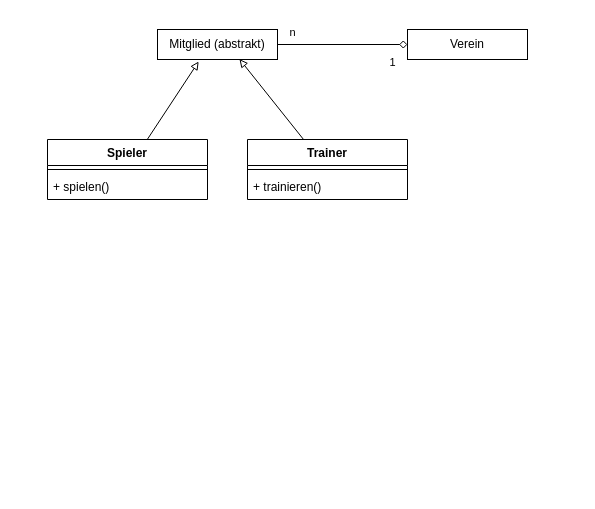
Before: 00Informatik/OIDE_Polymorphie/Klassendiagramm.drawio in Hi2272/Hi2272.github.io, a draw.io diagram. Source tidied: cells renumbered, new cells numbered last; positions are measured from the earlier drawing's top-left corner, leaving out a move shared by most shapes. Both pictures are drawn from the tidied source at 100%, with x=0, y=0 at pixel (47, 17).
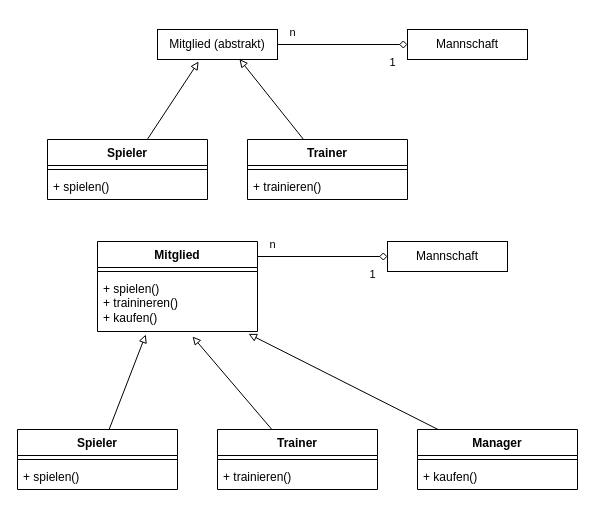
Above is the later version.

Change to the diagram source:
```diff
@@
-    <mxCell id="2" value="Verein" style="rounded=0;whiteSpace=wrap;html=1;" parent="1" vertex="1">
+    <mxCell id="2" value="Mannschaft" style="rounded=0;whiteSpace=wrap;html=1;" parent="1" vertex="1">
       <mxGeometry x="360" y="12" width="120" height="30" as="geometry" />
     </mxCell>
@@
+    <mxCell id="15" value="Mannschaft" style="rounded=0;whiteSpace=wrap;html=1;" parent="1" vertex="1">
+      <mxGeometry x="340" y="224" width="120" height="30" as="geometry" />
+    </mxCell>
+    <mxCell id="16" value="Spieler" style="swimlane;fontStyle=1;align=center;verticalAlign=top;horizontal=1;startSize=26;whiteSpace=wrap;html=1;" parent="1" vertex="1">
+      <mxGeometry x="-30" y="412" width="160" height="60" as="geometry" />
+    </mxCell>
+    <mxCell id="17" style="line;strokeWidth=1;fillColor=none;align=left;verticalAlign=middle;spacingTop=-1;spacingLeft=3;spacingRight=3;labelPosition=right;strokeColor=inherit;" parent="16" vertex="1">
+      <mxGeometry y="26" width="160" height="8" as="geometry" />
+    </mxCell>
+    <mxCell id="18" value="+ spielen()" style="text;strokeColor=none;fillColor=none;align=left;verticalAlign=top;spacingLeft=4;spacingRight=4;overflow=hidden;whiteSpace=wrap;html=1;" parent="16" vertex="1">
+      <mxGeometry y="34" width="160" height="26" as="geometry" />
+    </mxCell>
+    <mxCell id="19" value="Trainer" style="swimlane;fontStyle=1;align=center;verticalAlign=top;horizontal=1;startSize=26;whiteSpace=wrap;html=1;" parent="1" vertex="1">
+      <mxGeometry x="170" y="412" width="160" height="60" as="geometry" />
+    </mxCell>
+    <mxCell id="20" style="line;strokeWidth=1;fillColor=none;align=left;verticalAlign=middle;spacingTop=-1;spacingLeft=3;spacingRight=3;labelPosition=right;strokeColor=inherit;" parent="19" vertex="1">
+      <mxGeometry y="26" width="160" height="8" as="geometry" />
+    </mxCell>
+    <mxCell id="21" value="+ trainieren()" style="text;strokeColor=none;fillColor=none;align=left;verticalAlign=top;spacingLeft=4;spacingRight=4;overflow=hidden;whiteSpace=wrap;html=1;" parent="19" vertex="1">
+      <mxGeometry y="34" width="160" height="26" as="geometry" />
+    </mxCell>
+    <mxCell id="22" style="edgeStyle=none;shape=connector;rounded=0;jettySize=auto;html=1;entryX=0;entryY=0.5;entryDx=0;entryDy=0;strokeColor=default;align=center;verticalAlign=middle;fontFamily=Helvetica;fontSize=11;fontColor=default;labelBackgroundColor=default;endArrow=diamond;endFill=0;" parent="1" edge="1" target="15">
+      <mxGeometry relative="1" as="geometry">
+        <mxPoint x="210" y="239" as="sourcePoint" />
+      </mxGeometry>
+    </mxCell>
+    <mxCell id="23" style="rounded=0;jettySize=auto;html=1;entryX=0.302;entryY=1.054;entryDx=0;entryDy=0;entryPerimeter=0;endArrow=block;endFill=0;" parent="1" edge="1" source="16" target="32">
+      <mxGeometry relative="1" as="geometry" />
+    </mxCell>
+    <mxCell id="24" style="edgeStyle=none;shape=connector;rounded=0;jettySize=auto;html=1;entryX=0.594;entryY=1.089;entryDx=0;entryDy=0;entryPerimeter=0;strokeColor=default;align=center;verticalAlign=middle;fontFamily=Helvetica;fontSize=11;fontColor=default;labelBackgroundColor=default;endArrow=block;endFill=0;" parent="1" edge="1" source="19" target="32">
+      <mxGeometry relative="1" as="geometry" />
+    </mxCell>
+    <mxCell id="25" value="n" style="text;html=1;align=center;verticalAlign=middle;strokeColor=none;fillColor=none;fontFamily=Helvetica;fontSize=11;fontColor=default;labelBackgroundColor=default;" parent="1" vertex="1">
+      <mxGeometry x="210" y="212" width="30" height="30" as="geometry" />
+    </mxCell>
+    <mxCell id="26" value="1" style="text;html=1;align=center;verticalAlign=middle;strokeColor=none;fillColor=none;fontFamily=Helvetica;fontSize=11;fontColor=default;labelBackgroundColor=default;" parent="1" vertex="1">
+      <mxGeometry x="310" y="242" width="30" height="30" as="geometry" />
+    </mxCell>
+    <mxCell id="27" value="Manager" style="swimlane;fontStyle=1;align=center;verticalAlign=top;horizontal=1;startSize=26;whiteSpace=wrap;html=1;" parent="1" vertex="1">
+      <mxGeometry x="370" y="412" width="160" height="60" as="geometry" />
+    </mxCell>
+    <mxCell id="28" style="line;strokeWidth=1;fillColor=none;align=left;verticalAlign=middle;spacingTop=-1;spacingLeft=3;spacingRight=3;labelPosition=right;strokeColor=inherit;" parent="27" vertex="1">
+      <mxGeometry y="26" width="160" height="8" as="geometry" />
+    </mxCell>
+    <mxCell id="29" value="+ kaufen()" style="text;strokeColor=none;fillColor=none;align=left;verticalAlign=top;spacingLeft=4;spacingRight=4;overflow=hidden;whiteSpace=wrap;html=1;" parent="27" vertex="1">
+      <mxGeometry y="34" width="160" height="26" as="geometry" />
+    </mxCell>
+    <mxCell id="30" value="Mitglied" style="swimlane;fontStyle=1;align=center;verticalAlign=top;horizontal=1;startSize=26;whiteSpace=wrap;html=1;" parent="1" vertex="1">
+      <mxGeometry x="50" y="224" width="160" height="90" as="geometry" />
+    </mxCell>
+    <mxCell id="31" style="line;strokeWidth=1;fillColor=none;align=left;verticalAlign=middle;spacingTop=-1;spacingLeft=3;spacingRight=3;labelPosition=right;strokeColor=inherit;" parent="30" vertex="1">
+      <mxGeometry y="26" width="160" height="8" as="geometry" />
+    </mxCell>
+    <mxCell id="32" value="+ spielen()&lt;br&gt;+ trainineren()&lt;br&gt;+ kaufen()" style="text;strokeColor=none;fillColor=none;align=left;verticalAlign=top;spacingLeft=4;spacingRight=4;overflow=hidden;points=[[0,0.5],[1,0.5]];portConstraint=eastwest;whiteSpace=wrap;html=1;" parent="30" vertex="1">
+      <mxGeometry y="34" width="160" height="56" as="geometry" />
+    </mxCell>
+    <mxCell id="33" style="rounded=0;hachureGap=4;jettySize=auto;html=1;entryX=0.944;entryY=1.042;entryDx=0;entryDy=0;entryPerimeter=0;fontFamily=Helvetica;fontSize=11;endArrow=block;endFill=0;" parent="1" edge="1" source="27" target="32">
+      <mxGeometry relative="1" as="geometry" />
+    </mxCell>
```
